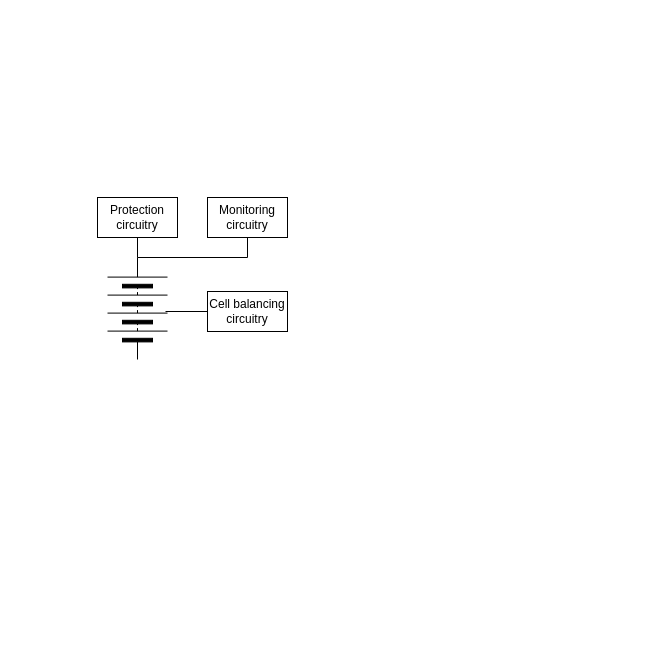
This is Untitled Diagram.drawio from EmbeddedSam/UAVBatteryProject1, a draw.io file, before an edit. Source tidied: cells renumbered, new cells numbered last; positions are measured from the earlier drawing's top-left corner, leaving out a move shared by most shapes. Both pictures are drawn from the tidied source at 100%, with x=0, y=0 at pixel (87, 197).
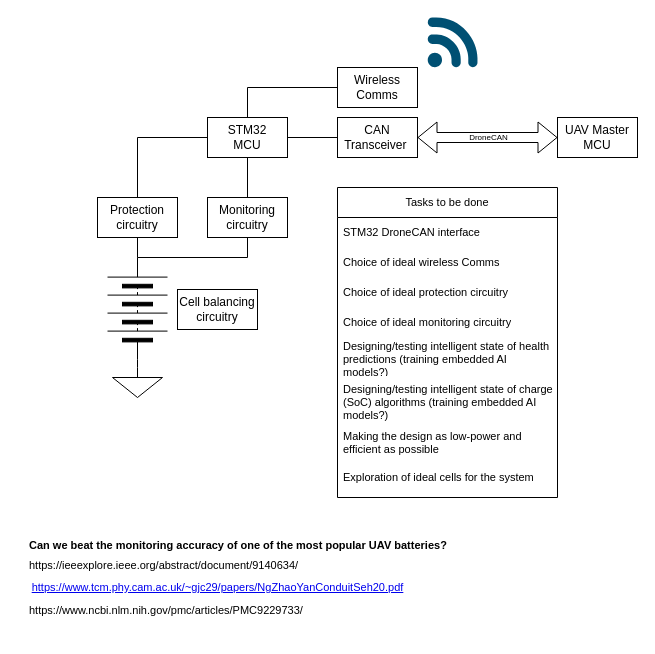
Above is the later version.

The change refers to these unchanged cells:
```xml
<mxCell id="2" style="verticalLabelPosition=bottom;shadow=0;dashed=0;align=center;html=1;verticalAlign=top;shape=mxgraph.electrical.miscellaneous.batteryStack;rotation=-90;" parent="1" vertex="1">
  <mxGeometry y="82" width="100" height="60" as="geometry" />
</mxCell>
<mxCell id="6" value="Protection circuitry" style="rounded=0;whiteSpace=wrap;html=1;" parent="1" vertex="1">
  <mxGeometry x="10" width="80" height="40" as="geometry" />
</mxCell>
<mxCell id="8" value="Monitoring circuitry" style="rounded=0;whiteSpace=wrap;html=1;" parent="1" vertex="1">
  <mxGeometry x="120" width="80" height="40" as="geometry" />
</mxCell>
```

Change to the diagram source:
```diff
@@
+    <mxCell id="9" style="edgeStyle=orthogonalEdgeStyle;shape=connector;rounded=0;jettySize=auto;html=1;exitX=0;exitY=0.5;exitDx=0;exitDy=0;entryX=0.5;entryY=0;entryDx=0;entryDy=0;entryPerimeter=0;labelBackgroundColor=default;strokeColor=default;fontFamily=Helvetica;fontSize=11;fontColor=default;endArrow=none;endFill=0;" parent="1" edge="1" source="2" target="17">
+      <mxGeometry relative="1" as="geometry" />
+    </mxCell>
@@
-    <mxCell id="3" style="edgeStyle=orthogonalEdgeStyle;rounded=0;jettySize=auto;html=1;exitX=0;exitY=0.5;exitDx=0;exitDy=0;entryX=0.48;entryY=0.967;entryDx=0;entryDy=0;entryPerimeter=0;endArrow=none;endFill=0;" parent="1" edge="1" source="4" target="2">
-      <mxGeometry relative="1" as="geometry" />
-    </mxCell>
     <mxCell id="4" value="Cell balancing circuitry" style="rounded=0;whiteSpace=wrap;html=1;" parent="1" vertex="1">
-      <mxGeometry x="120" y="94" width="80" height="40" as="geometry" />
+      <mxGeometry x="90" y="92" width="80" height="40" as="geometry" />
     </mxCell>
@@
+    <mxCell id="10" style="edgeStyle=orthogonalEdgeStyle;rounded=0;jettySize=auto;html=1;exitX=0;exitY=0.5;exitDx=0;exitDy=0;endArrow=none;endFill=0;" parent="1" edge="1" source="14" target="6">
+      <mxGeometry relative="1" as="geometry" />
+    </mxCell>
+    <mxCell id="11" style="edgeStyle=orthogonalEdgeStyle;shape=connector;rounded=0;jettySize=auto;html=1;exitX=0.5;exitY=1;exitDx=0;exitDy=0;entryX=0.5;entryY=0;entryDx=0;entryDy=0;labelBackgroundColor=default;strokeColor=default;fontFamily=Helvetica;fontSize=11;fontColor=default;endArrow=none;endFill=0;" parent="1" edge="1" source="14" target="8">
+      <mxGeometry relative="1" as="geometry" />
+    </mxCell>
+    <mxCell id="12" style="edgeStyle=orthogonalEdgeStyle;shape=connector;rounded=0;jettySize=auto;html=1;exitX=1;exitY=0.5;exitDx=0;exitDy=0;entryX=0;entryY=0.5;entryDx=0;entryDy=0;labelBackgroundColor=default;strokeColor=default;fontFamily=Helvetica;fontSize=11;fontColor=default;endArrow=none;endFill=0;" parent="1" edge="1" source="14" target="15">
+      <mxGeometry relative="1" as="geometry" />
+    </mxCell>
+    <mxCell id="13" style="edgeStyle=orthogonalEdgeStyle;shape=connector;rounded=0;jettySize=auto;html=1;exitX=0.5;exitY=0;exitDx=0;exitDy=0;entryX=0;entryY=0.5;entryDx=0;entryDy=0;labelBackgroundColor=default;strokeColor=default;fontFamily=Helvetica;fontSize=11;fontColor=default;endArrow=none;endFill=0;" parent="1" edge="1" source="14" target="16">
+      <mxGeometry relative="1" as="geometry" />
+    </mxCell>
+    <mxCell id="14" value="STM32&lt;br&gt;MCU" style="rounded=0;whiteSpace=wrap;html=1;" parent="1" vertex="1">
+      <mxGeometry x="120" y="-80" width="80" height="40" as="geometry" />
+    </mxCell>
+    <mxCell id="15" value="CAN Transceiver&amp;nbsp;" style="rounded=0;whiteSpace=wrap;html=1;" parent="1" vertex="1">
+      <mxGeometry x="250" y="-80" width="80" height="40" as="geometry" />
+    </mxCell>
+    <mxCell id="16" value="Wireless Comms" style="rounded=0;whiteSpace=wrap;html=1;" parent="1" vertex="1">
+      <mxGeometry x="250" y="-130" width="80" height="40" as="geometry" />
+    </mxCell>
+    <mxCell id="17" style="verticalLabelPosition=bottom;shadow=0;dashed=0;align=center;html=1;verticalAlign=top;shape=mxgraph.electrical.signal_sources.signal_ground;fontFamily=Helvetica;fontSize=11;fontColor=default;" parent="1" vertex="1">
+      <mxGeometry x="25" y="170" width="50" height="30" as="geometry" />
+    </mxCell>
+    <mxCell id="18" style="verticalLabelPosition=bottom;sketch=0;html=1;verticalAlign=top;align=center;shape=mxgraph.cisco19.3g_4g_indicator;fillColor=#005073;strokeColor=none;fontFamily=Helvetica;fontSize=11;fontColor=default;" parent="1" vertex="1">
+      <mxGeometry x="340" y="-180" width="50" height="50" as="geometry" />
+    </mxCell>
+    <mxCell id="19" style="shape=flexArrow;endArrow=classic;startArrow=classic;html=1;rounded=0;labelBackgroundColor=default;strokeColor=default;fontFamily=Helvetica;fontSize=11;fontColor=default;exitX=1;exitY=0.5;exitDx=0;exitDy=0;entryX=0;entryY=0.5;entryDx=0;entryDy=0;" parent="1" edge="1" source="15" target="21">
+      <mxGeometry relative="1" as="geometry" />
+    </mxCell>
+    <mxCell id="20" value="DroneCAN" style="edgeLabel;html=1;align=center;verticalAlign=middle;fontSize=8;fontFamily=Helvetica;fontColor=default;" parent="19" vertex="1">
+      <mxGeometry x="0.19" y="-2" relative="1" as="geometry">
+        <mxPoint x="-13" y="-3" as="offset" />
+      </mxGeometry>
+    </mxCell>
+    <mxCell id="21" value="UAV Master MCU" style="rounded=0;whiteSpace=wrap;html=1;" parent="1" vertex="1">
+      <mxGeometry x="470" y="-80" width="80" height="40" as="geometry" />
+    </mxCell>
+    <mxCell id="22" value="Tasks to be done" style="swimlane;fontStyle=0;horizontal=1;startSize=30;whiteSpace=wrap;html=1;fontFamily=Helvetica;fontSize=11;fontColor=default;" parent="1" vertex="1">
+      <mxGeometry x="250" y="-10" width="220" height="310" as="geometry" />
+    </mxCell>
+    <mxCell id="23" value="STM32 DroneCAN interface" style="text;strokeColor=none;fillColor=none;align=left;verticalAlign=middle;spacingLeft=4;spacingRight=4;overflow=hidden;whiteSpace=wrap;html=1;fontSize=11;fontFamily=Helvetica;fontColor=default;" parent="22" vertex="1">
+      <mxGeometry y="30" width="220" height="30" as="geometry" />
+    </mxCell>
+    <mxCell id="24" value="Choice of ideal wireless Comms" style="text;strokeColor=none;fillColor=none;align=left;verticalAlign=middle;spacingLeft=4;spacingRight=4;overflow=hidden;whiteSpace=wrap;html=1;fontSize=11;fontFamily=Helvetica;fontColor=default;" parent="22" vertex="1">
+      <mxGeometry y="60" width="220" height="30" as="geometry" />
+    </mxCell>
+    <mxCell id="25" value="Choice of ideal protection circuitry" style="text;strokeColor=none;fillColor=none;align=left;verticalAlign=middle;spacingLeft=4;spacingRight=4;overflow=hidden;whiteSpace=wrap;html=1;fontSize=11;fontFamily=Helvetica;fontColor=default;" parent="22" vertex="1">
+      <mxGeometry y="90" width="220" height="30" as="geometry" />
+    </mxCell>
+    <mxCell id="26" value="Choice of ideal monitoring circuitry" style="text;strokeColor=none;fillColor=none;align=left;verticalAlign=middle;spacingLeft=4;spacingRight=4;overflow=hidden;whiteSpace=wrap;html=1;fontSize=11;fontFamily=Helvetica;fontColor=default;" parent="22" vertex="1">
+      <mxGeometry y="120" width="220" height="30" as="geometry" />
+    </mxCell>
+    <mxCell id="27" value="Designing/testing intelligent state of health predictions (training embedded AI models?)" style="text;strokeColor=none;fillColor=none;align=left;verticalAlign=middle;spacingLeft=4;spacingRight=4;overflow=hidden;whiteSpace=wrap;html=1;fontSize=11;fontFamily=Helvetica;fontColor=default;" parent="22" vertex="1">
+      <mxGeometry y="150" width="220" height="40" as="geometry" />
+    </mxCell>
+    <mxCell id="28" value="Designing/testing intelligent state of charge (SoC) algorithms (training embedded AI models?)" style="text;strokeColor=none;fillColor=none;align=left;verticalAlign=middle;spacingLeft=4;spacingRight=4;overflow=hidden;whiteSpace=wrap;html=1;fontSize=11;fontFamily=Helvetica;fontColor=default;" parent="22" vertex="1">
+      <mxGeometry y="190" width="220" height="50" as="geometry" />
+    </mxCell>
+    <mxCell id="29" value="Making the design as low-power and efficient as possible" style="text;strokeColor=none;fillColor=none;align=left;verticalAlign=middle;spacingLeft=4;spacingRight=4;overflow=hidden;whiteSpace=wrap;html=1;fontSize=11;fontFamily=Helvetica;fontColor=default;" parent="22" vertex="1">
+      <mxGeometry y="240" width="220" height="30" as="geometry" />
+    </mxCell>
+    <mxCell id="30" value="Exploration of ideal cells for the system" style="text;strokeColor=none;fillColor=none;align=left;verticalAlign=middle;spacingLeft=4;spacingRight=4;overflow=hidden;whiteSpace=wrap;html=1;fontSize=11;fontFamily=Helvetica;fontColor=default;" parent="22" vertex="1">
+      <mxGeometry y="270" width="220" height="40" as="geometry" />
+    </mxCell>
+    <mxCell id="31" value="&lt;a href=&quot;https://www.tcm.phy.cam.ac.uk/~gjc29/papers/NgZhaoYanConduitSeh20.pdf&quot;&gt;https://www.tcm.phy.cam.ac.uk/~gjc29/papers/NgZhaoYanConduitSeh20.pdf&lt;/a&gt;" style="text;html=1;align=center;verticalAlign=middle;strokeColor=none;fillColor=none;fontSize=11;fontFamily=Helvetica;fontColor=default;" parent="1" vertex="1">
+      <mxGeometry x="-70" y="375" width="400" height="30" as="geometry" />
+    </mxCell>
+    <mxCell id="32" value="https://www.ncbi.nlm.nih.gov/pmc/articles/PMC9229733/&amp;nbsp;&lt;br&gt;" style="text;whiteSpace=wrap;html=1;fontSize=11;fontFamily=Helvetica;fontColor=default;" parent="1" vertex="1">
+      <mxGeometry x="-60" y="400" width="310" height="40" as="geometry" />
+    </mxCell>
+    <mxCell id="33" value="Can we beat the monitoring accuracy of one of the most popular UAV batteries?" style="text;whiteSpace=wrap;html=1;fontSize=11;fontFamily=Helvetica;fontColor=default;fontStyle=1;" parent="1" vertex="1">
+      <mxGeometry x="-60" y="335" width="420" height="40" as="geometry" />
+    </mxCell>
+    <mxCell id="34" value="https://ieeexplore.ieee.org/abstract/document/9140634/" style="text;whiteSpace=wrap;html=1;fontSize=11;fontFamily=Helvetica;fontColor=default;" parent="1" vertex="1">
+      <mxGeometry x="-60" y="355" width="300" height="40" as="geometry" />
+    </mxCell>
```
